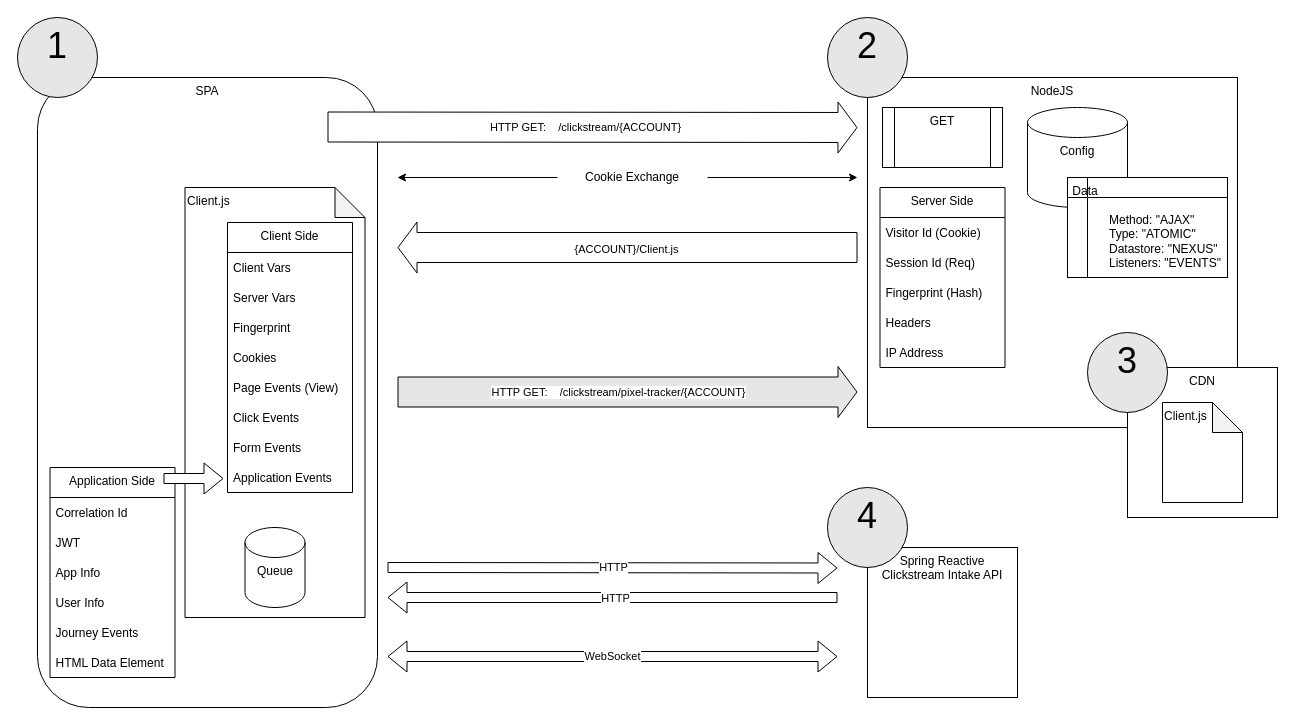
Above: Clickstream.drawio in hikumealan/draw-io-diagrams (draw.io), before the change. Source tidied: cells renumbered, new cells numbered last; positions are measured from the earlier drawing's top-left corner, leaving out a move shared by most shapes. Both pictures are drawn from the tidied source at 100%, with x=0, y=0 at pixel (17, 17).
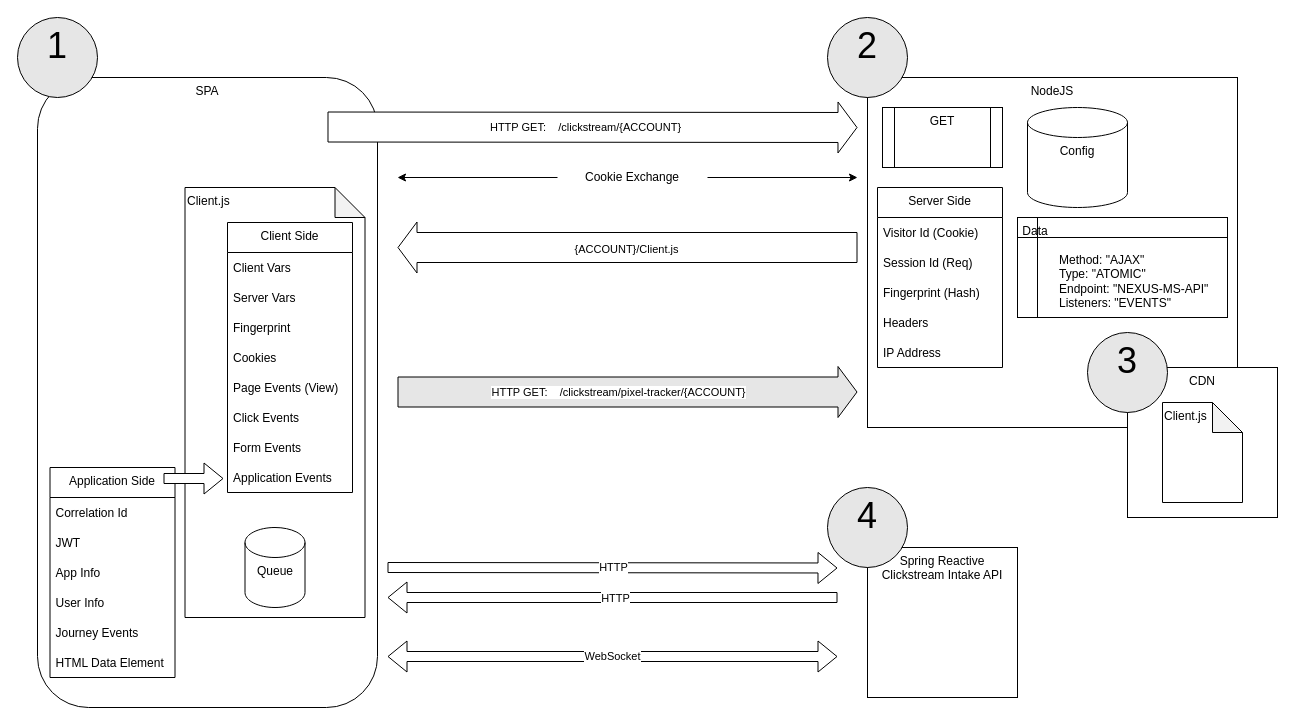
After the change.

The edit, as a diff of the source:
```diff
@@
     <mxCell id="15" value="Server Side" style="swimlane;fontStyle=0;horizontal=1;startSize=30;verticalAlign=top;" parent="1" vertex="1">
-      <mxGeometry x="862.5" y="170" width="125" height="180" as="geometry" />
+      <mxGeometry x="860" y="170" width="125" height="180" as="geometry" />
     </mxCell>
@@
-    <mxCell id="37" value="&lt;span style=&quot;white-space: pre&quot;&gt; &lt;/span&gt;Data&lt;blockquote style=&quot;margin: 0 0 0 40px ; border: none ; padding: 0px&quot;&gt;&lt;br&gt;&lt;/blockquote&gt;&lt;blockquote style=&quot;margin: 0 0 0 40px ; border: none ; padding: 0px&quot;&gt;Method: &quot;AJAX&quot;&lt;/blockquote&gt;&lt;blockquote style=&quot;margin: 0 0 0 40px ; border: none ; padding: 0px&quot;&gt;Type: &quot;ATOMIC&quot;&lt;/blockquote&gt;&lt;blockquote style=&quot;margin: 0 0 0 40px ; border: none ; padding: 0px&quot;&gt;Datastore: &quot;NEXUS&quot;&lt;/blockquote&gt;&lt;blockquote style=&quot;margin: 0 0 0 40px ; border: none ; padding: 0px&quot;&gt;Listeners: &quot;EVENTS&quot;&lt;/blockquote&gt;" style="shape=internalStorage;whiteSpace=wrap;html=1;backgroundOutline=1;verticalAlign=top;align=left;" parent="1" vertex="1">
-      <mxGeometry x="1050" y="160" width="160" height="100" as="geometry" />
+    <mxCell id="37" value="&lt;span style=&quot;white-space: pre&quot;&gt; &lt;/span&gt;Data&lt;blockquote style=&quot;margin: 0 0 0 40px ; border: none ; padding: 0px&quot;&gt;&lt;br&gt;&lt;/blockquote&gt;&lt;blockquote style=&quot;margin: 0 0 0 40px ; border: none ; padding: 0px&quot;&gt;Method: &quot;AJAX&quot;&lt;/blockquote&gt;&lt;blockquote style=&quot;margin: 0 0 0 40px ; border: none ; padding: 0px&quot;&gt;Type: &quot;ATOMIC&quot;&lt;/blockquote&gt;&lt;blockquote style=&quot;margin: 0 0 0 40px ; border: none ; padding: 0px&quot;&gt;Endpoint: &quot;NEXUS-MS-API&quot;&lt;/blockquote&gt;&lt;blockquote style=&quot;margin: 0 0 0 40px ; border: none ; padding: 0px&quot;&gt;Listeners: &quot;EVENTS&quot;&lt;/blockquote&gt;" style="shape=internalStorage;whiteSpace=wrap;html=1;backgroundOutline=1;verticalAlign=top;align=left;" parent="1" vertex="1">
+      <mxGeometry x="1000" y="200" width="210" height="100" as="geometry" />
     </mxCell>
```
